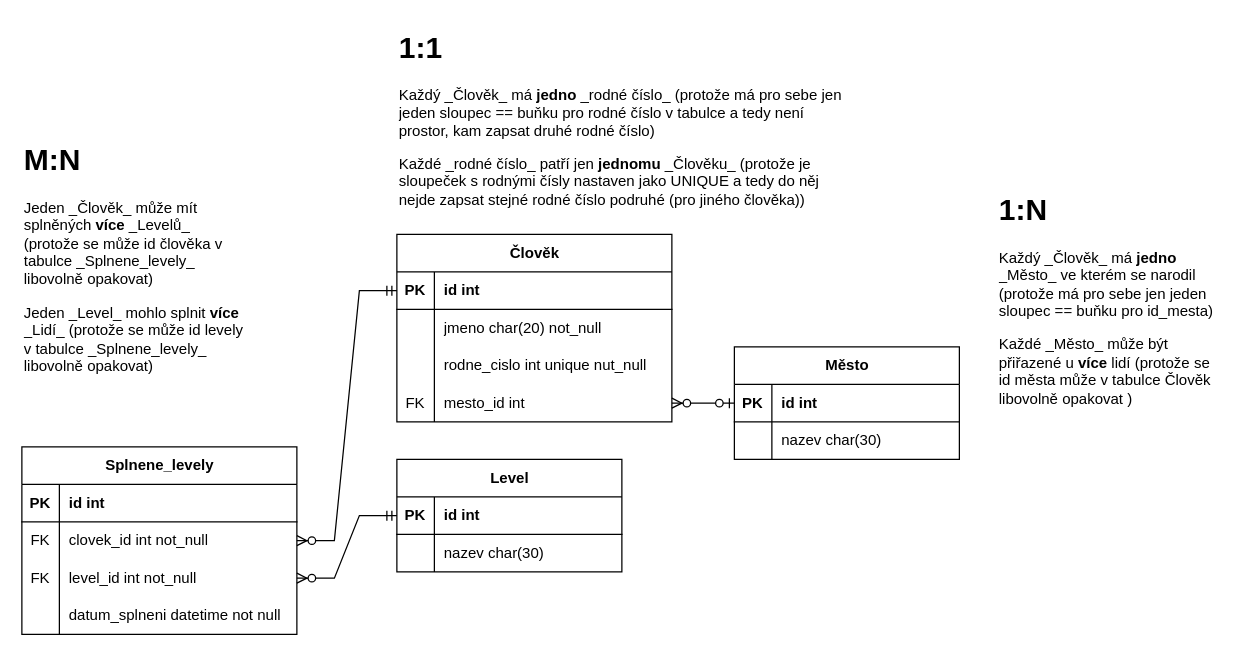
Before: 2022_EPB/2022_EPB_Projekt.drawio in JaroslavHolecek/SPS_for_students, a draw.io diagram. Source tidied: cells renumbered, new cells numbered last; positions are measured from the earlier drawing's top-left corner, leaving out a move shared by most shapes. Both pictures are drawn from the tidied source at 125%, with x=0, y=0 at pixel (-79, 21).
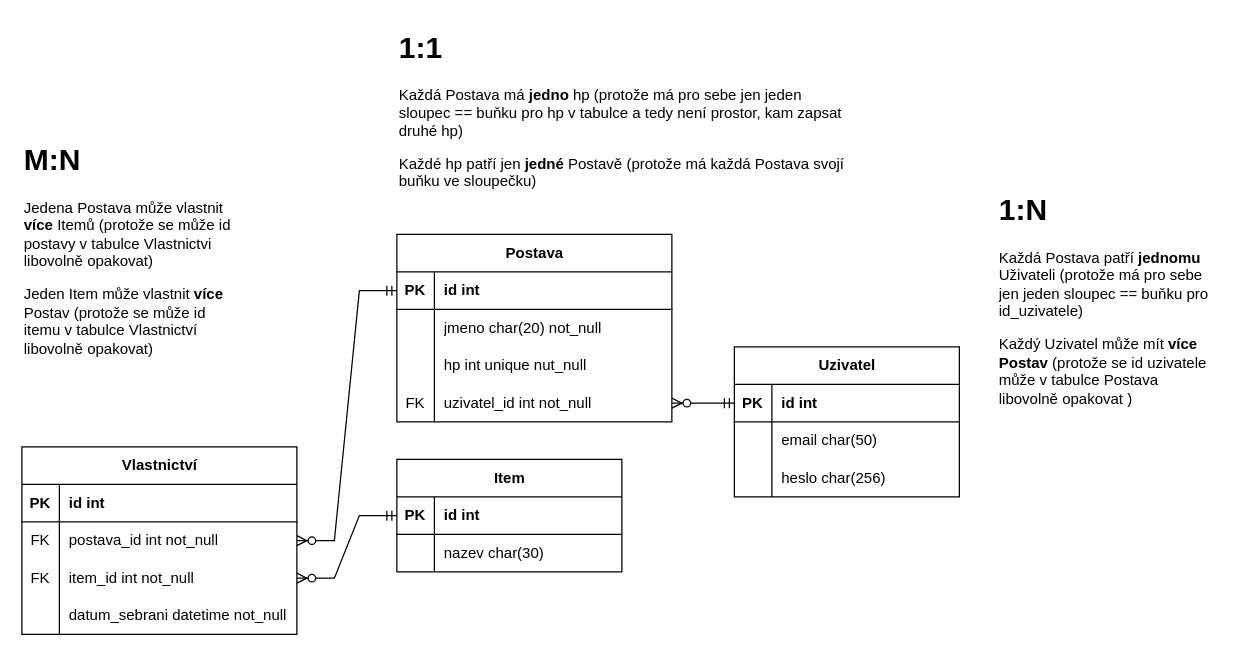
The same diagram, later.

Unchanged cells that the change refers to:
```xml
<mxCell id="9" style="shape=tableRow;horizontal=0;startSize=0;swimlaneHead=0;swimlaneBody=0;fillColor=none;top=0;left=0;right=0;bottom=0;" parent="2" vertex="1">
  <mxGeometry y="90" width="220" height="30" as="geometry" />
</mxCell>
<mxCell id="12" style="shape=tableRow;horizontal=0;startSize=0;swimlaneHead=0;swimlaneBody=0;fillColor=none;points=[[0,0.5],[1,0.5]];portConstraint=eastwest;top=0;left=0;right=0;bottom=0;" parent="2" vertex="1">
  <mxGeometry y="120" width="220" height="30" as="geometry" />
</mxCell>
<mxCell id="17" style="shape=tableRow;horizontal=0;startSize=0;swimlaneHead=0;swimlaneBody=0;fillColor=none;points=[[0,0.5],[1,0.5]];portConstraint=eastwest;top=0;left=0;right=0;bottom=1;" parent="16" vertex="1">
  <mxGeometry y="30" width="180" height="30" as="geometry" />
</mxCell>
<mxCell id="20" style="shape=tableRow;horizontal=0;startSize=0;swimlaneHead=0;swimlaneBody=0;fillColor=none;top=0;left=0;right=0;bottom=0;" parent="16" vertex="1">
  <mxGeometry y="60" width="180" height="30" as="geometry" />
</mxCell>
<mxCell id="35" style="shape=tableRow;horizontal=0;startSize=0;swimlaneHead=0;swimlaneBody=0;fillColor=none;points=[[0,0.5],[1,0.5]];portConstraint=eastwest;top=0;left=0;right=0;bottom=0;" parent="31" vertex="1">
  <mxGeometry y="60" width="220" height="30" as="geometry" />
</mxCell>
<mxCell id="38" style="shape=tableRow;horizontal=0;startSize=0;swimlaneHead=0;swimlaneBody=0;fillColor=none;points=[[0,0.5],[1,0.5]];portConstraint=eastwest;top=0;left=0;right=0;bottom=0;" parent="31" vertex="1">
  <mxGeometry y="90" width="220" height="30" as="geometry" />
</mxCell>
<mxCell id="41" style="shape=tableRow;horizontal=0;startSize=0;swimlaneHead=0;swimlaneBody=0;fillColor=none;top=0;left=0;right=0;bottom=0;" parent="31" vertex="1">
  <mxGeometry y="120" width="220" height="30" as="geometry" />
</mxCell>
```

The edit, as a diff of the source:
```diff
@@
-    <mxCell id="2" value="&lt;div&gt;Člověk&lt;/div&gt;" style="shape=table;startSize=30;childLayout=tableLayout;rowLines=0;fontStyle=1;align=center;html=1;" parent="1" vertex="1">
+    <mxCell id="2" value="Postava" style="shape=table;startSize=30;childLayout=tableLayout;rowLines=0;fontStyle=1;align=center;html=1;" parent="1" vertex="1">
       <mxGeometry x="380" y="170" width="220" height="150" as="geometry" />
     </mxCell>
@@
-    <mxCell id="11" value="&lt;div&gt;rodne_cislo int unique nut_null&lt;br&gt;&lt;/div&gt;" style="shape=partialRectangle;fillColor=none;top=0;left=0;bottom=0;right=0;align=left;spacingLeft=6;overflow=hidden;whiteSpace=wrap;html=1;" parent="9" vertex="1">
+    <mxCell id="11" value="&lt;div&gt;hp int unique nut_null&lt;br&gt;&lt;/div&gt;" style="shape=partialRectangle;fillColor=none;top=0;left=0;bottom=0;right=0;align=left;spacingLeft=6;overflow=hidden;whiteSpace=wrap;html=1;" parent="9" vertex="1">
       <mxGeometry x="30" width="190" height="30" as="geometry" />
     </mxCell>
@@
-    <mxCell id="14" value="mesto_id int" style="shape=partialRectangle;fillColor=none;top=0;left=0;bottom=0;right=0;align=left;spacingLeft=6;overflow=hidden;whiteSpace=wrap;html=1;" parent="12" vertex="1">
+    <mxCell id="14" value="uzivatel_id int not_null" style="shape=partialRectangle;fillColor=none;top=0;left=0;bottom=0;right=0;align=left;spacingLeft=6;overflow=hidden;whiteSpace=wrap;html=1;" parent="12" vertex="1">
       <mxGeometry x="30" width="190" height="30" as="geometry" />
     </mxCell>
-    <mxCell id="15" value="&lt;h1 style=&quot;margin-top: 0px;&quot;&gt;1:1&lt;/h1&gt;&lt;p&gt;Každý _Člověk_ má &lt;b&gt;jedno &lt;/b&gt;_rodné číslo_ (protože má pro sebe jen jeden sloupec == buňku pro rodné číslo v tabulce a tedy není prostor, kam zapsat druhé rodné číslo)&lt;/p&gt;&lt;p&gt;Každé _rodné číslo_ patří jen &lt;b&gt;jednomu &lt;/b&gt;_Člověku_ (protože je sloupeček s rodnými čísly nastaven jako UNIQUE a tedy do něj nejde zapsat stejné rodné číslo podruhé (pro jiného člověka)) &lt;/p&gt;" style="text;html=1;whiteSpace=wrap;overflow=hidden;rounded=0;" parent="1" vertex="1">
+    <mxCell id="15" value="&lt;h1 style=&quot;margin-top: 0px;&quot;&gt;1:1&lt;/h1&gt;&lt;p&gt;Každá Postava má &lt;b&gt;jedno &lt;/b&gt;hp (protože má pro sebe jen jeden sloupec == buňku pro hp v tabulce a tedy není prostor, kam zapsat druhé hp)&lt;/p&gt;&lt;p&gt;Každé hp patří jen &lt;b&gt;jedné&lt;/b&gt; Postavě&lt;b&gt; &lt;/b&gt;(protože má každá Postava svojí buňku ve sloupečku) &lt;/p&gt;" style="text;html=1;whiteSpace=wrap;overflow=hidden;rounded=0;" parent="1" vertex="1">
       <mxGeometry x="380" width="360" height="150" as="geometry" />
     </mxCell>
-    <mxCell id="16" value="Město" style="shape=table;startSize=30;childLayout=tableLayout;rowLines=0;fontStyle=1;align=center;html=1;" parent="1" vertex="1">
-      <mxGeometry x="650" y="260" width="180" height="90" as="geometry" />
+    <mxCell id="16" value="Uzivatel" style="shape=table;startSize=30;childLayout=tableLayout;rowLines=0;fontStyle=1;align=center;html=1;" parent="1" vertex="1">
+      <mxGeometry x="650" y="260" width="180" height="120" as="geometry" />
     </mxCell>
@@
-    <mxCell id="22" value="nazev char(30)" style="shape=partialRectangle;fillColor=none;top=0;left=0;bottom=0;right=0;align=left;spacingLeft=6;overflow=hidden;whiteSpace=wrap;html=1;" parent="20" vertex="1">
+    <mxCell id="22" value="email char(50)" style="shape=partialRectangle;fillColor=none;top=0;left=0;bottom=0;right=0;align=left;spacingLeft=6;overflow=hidden;whiteSpace=wrap;html=1;" parent="20" vertex="1">
       <mxGeometry x="30" width="150" height="30" as="geometry" />
     </mxCell>
+    <mxCell id="48" style="shape=tableRow;horizontal=0;startSize=0;swimlaneHead=0;swimlaneBody=0;fillColor=none;top=0;left=0;right=0;bottom=0;" parent="16" vertex="1">
+      <mxGeometry y="90" width="180" height="30" as="geometry" />
+    </mxCell>
+    <mxCell id="49" style="shape=partialRectangle;fillColor=none;top=0;left=0;bottom=0;right=0;overflow=hidden;whiteSpace=wrap;html=1;" parent="48" vertex="1">
+      <mxGeometry width="30" height="30" as="geometry" />
+    </mxCell>
+    <mxCell id="50" value="heslo char(256)" style="shape=partialRectangle;fillColor=none;top=0;left=0;bottom=0;right=0;align=left;spacingLeft=6;overflow=hidden;whiteSpace=wrap;html=1;" parent="48" vertex="1">
+      <mxGeometry x="30" width="150" height="30" as="geometry" />
+    </mxCell>
-    <mxCell id="23" style="edgeStyle=entityRelationEdgeStyle;fontSize=12;html=1;endArrow=ERzeroToMany;startArrow=ERzeroToOne;rounded=0;" parent="1" edge="1" source="17" target="12">
+    <mxCell id="23" style="edgeStyle=entityRelationEdgeStyle;fontSize=12;html=1;endArrow=ERzeroToMany;startArrow=ERmandOne;rounded=0;startFill=0;" parent="1" edge="1" source="17" target="12">
       <mxGeometry relative="1" as="geometry" />
     </mxCell>
-    <mxCell id="24" value="Level" style="shape=table;startSize=30;childLayout=tableLayout;rowLines=0;fontStyle=1;align=center;html=1;" parent="1" vertex="1">
+    <mxCell id="24" value="&lt;div&gt;Item&lt;/div&gt;" style="shape=table;startSize=30;childLayout=tableLayout;rowLines=0;fontStyle=1;align=center;html=1;" parent="1" vertex="1">
       <mxGeometry x="380" y="350" width="180" height="90" as="geometry" />
     </mxCell>
@@
-    <mxCell id="31" value="Splnene_levely" style="shape=table;startSize=30;childLayout=tableLayout;rowLines=0;fontStyle=1;align=center;html=1;" parent="1" vertex="1">
+    <mxCell id="31" value="Vlastnictví" style="shape=table;startSize=30;childLayout=tableLayout;rowLines=0;fontStyle=1;align=center;html=1;" parent="1" vertex="1">
       <mxGeometry x="80" y="340" width="220" height="150" as="geometry" />
     </mxCell>
@@
-    <mxCell id="37" value="clovek_id int not_null" style="shape=partialRectangle;fillColor=none;top=0;left=0;bottom=0;right=0;align=left;spacingLeft=6;overflow=hidden;whiteSpace=wrap;html=1;" parent="35" vertex="1">
+    <mxCell id="37" value="postava_id int not_null" style="shape=partialRectangle;fillColor=none;top=0;left=0;bottom=0;right=0;align=left;spacingLeft=6;overflow=hidden;whiteSpace=wrap;html=1;" parent="35" vertex="1">
       <mxGeometry x="30" width="190" height="30" as="geometry" />
     </mxCell>
@@
-    <mxCell id="40" value="level_id int not_null" style="shape=partialRectangle;fillColor=none;top=0;left=0;bottom=0;right=0;align=left;spacingLeft=6;overflow=hidden;whiteSpace=wrap;html=1;" parent="38" vertex="1">
+    <mxCell id="40" value="item_id int not_null" style="shape=partialRectangle;fillColor=none;top=0;left=0;bottom=0;right=0;align=left;spacingLeft=6;overflow=hidden;whiteSpace=wrap;html=1;" parent="38" vertex="1">
       <mxGeometry x="30" width="190" height="30" as="geometry" />
     </mxCell>
@@
-    <mxCell id="43" value="datum_splneni datetime not null" style="shape=partialRectangle;fillColor=none;top=0;left=0;bottom=0;right=0;align=left;spacingLeft=6;overflow=hidden;whiteSpace=wrap;html=1;" parent="41" vertex="1">
+    <mxCell id="43" value="datum_sebrani datetime not_null" style="shape=partialRectangle;fillColor=none;top=0;left=0;bottom=0;right=0;align=left;spacingLeft=6;overflow=hidden;whiteSpace=wrap;html=1;" parent="41" vertex="1">
       <mxGeometry x="30" width="190" height="30" as="geometry" />
     </mxCell>
@@
-    <mxCell id="46" value="&lt;h1 style=&quot;margin-top: 0px;&quot;&gt;1:N&lt;/h1&gt;&lt;p&gt;Každý _Člověk_ má &lt;b&gt;jedno&lt;/b&gt; _Město_ ve kterém se narodil (protože má pro sebe jen jeden sloupec == buňku pro id_mesta)&lt;/p&gt;&lt;p&gt;Každé _Město_ může být přiřazené u &lt;b&gt;více &lt;/b&gt;lidí (protože se id města může v tabulce Člověk libovolně opakovat )&lt;br&gt;&lt;/p&gt;" style="text;html=1;whiteSpace=wrap;overflow=hidden;rounded=0;" parent="1" vertex="1">
+    <mxCell id="46" value="&lt;h1 style=&quot;margin-top: 0px;&quot;&gt;1:N&lt;/h1&gt;&lt;p&gt;Každá Postava patří &lt;b&gt;jednomu&lt;/b&gt; Uživateli (protože má pro sebe jen jeden sloupec == buňku pro id_uzivatele)&lt;/p&gt;&lt;p&gt;Každý Uzivatel může mít &lt;b&gt;více Postav&lt;/b&gt; (protože se id uzivatele může v tabulce Postava libovolně opakovat )&lt;br&gt;&lt;/p&gt;" style="text;html=1;whiteSpace=wrap;overflow=hidden;rounded=0;" parent="1" vertex="1">
       <mxGeometry x="860" y="130" width="180" height="190" as="geometry" />
     </mxCell>
-    <mxCell id="47" value="&lt;h1 style=&quot;margin-top: 0px;&quot;&gt;M:N&lt;/h1&gt;&lt;p&gt;Jeden _Člověk_ může mít splněných &lt;b&gt;více &lt;/b&gt;_Levelů_ (protože se může id člověka v tabulce _Splnene_levely_ libovolně opakovat)&lt;/p&gt;&lt;p&gt;Jeden _Level_ mohlo splnit &lt;b&gt;více&lt;/b&gt; _Lidí_ (protože se může id levely v tabulce _Splnene_levely_ libovolně opakovat)&lt;br&gt;&lt;/p&gt;" style="text;html=1;whiteSpace=wrap;overflow=hidden;rounded=0;" parent="1" vertex="1">
+    <mxCell id="47" value="&lt;h1 style=&quot;margin-top: 0px;&quot;&gt;M:N&lt;/h1&gt;&lt;p&gt;Jedena Postava může vlastnit &lt;b&gt;více &lt;/b&gt;Itemů (protože se může id postavy v tabulce Vlastnictvi libovolně opakovat)&lt;/p&gt;&lt;p&gt;Jeden Item může vlastnit &lt;b&gt;více&lt;/b&gt; Postav (protože se může id itemu v tabulce Vlastnictví libovolně opakovat)&lt;br&gt;&lt;/p&gt;" style="text;html=1;whiteSpace=wrap;overflow=hidden;rounded=0;" parent="1" vertex="1">
       <mxGeometry x="80" y="90" width="180" height="210" as="geometry" />
     </mxCell>
```
